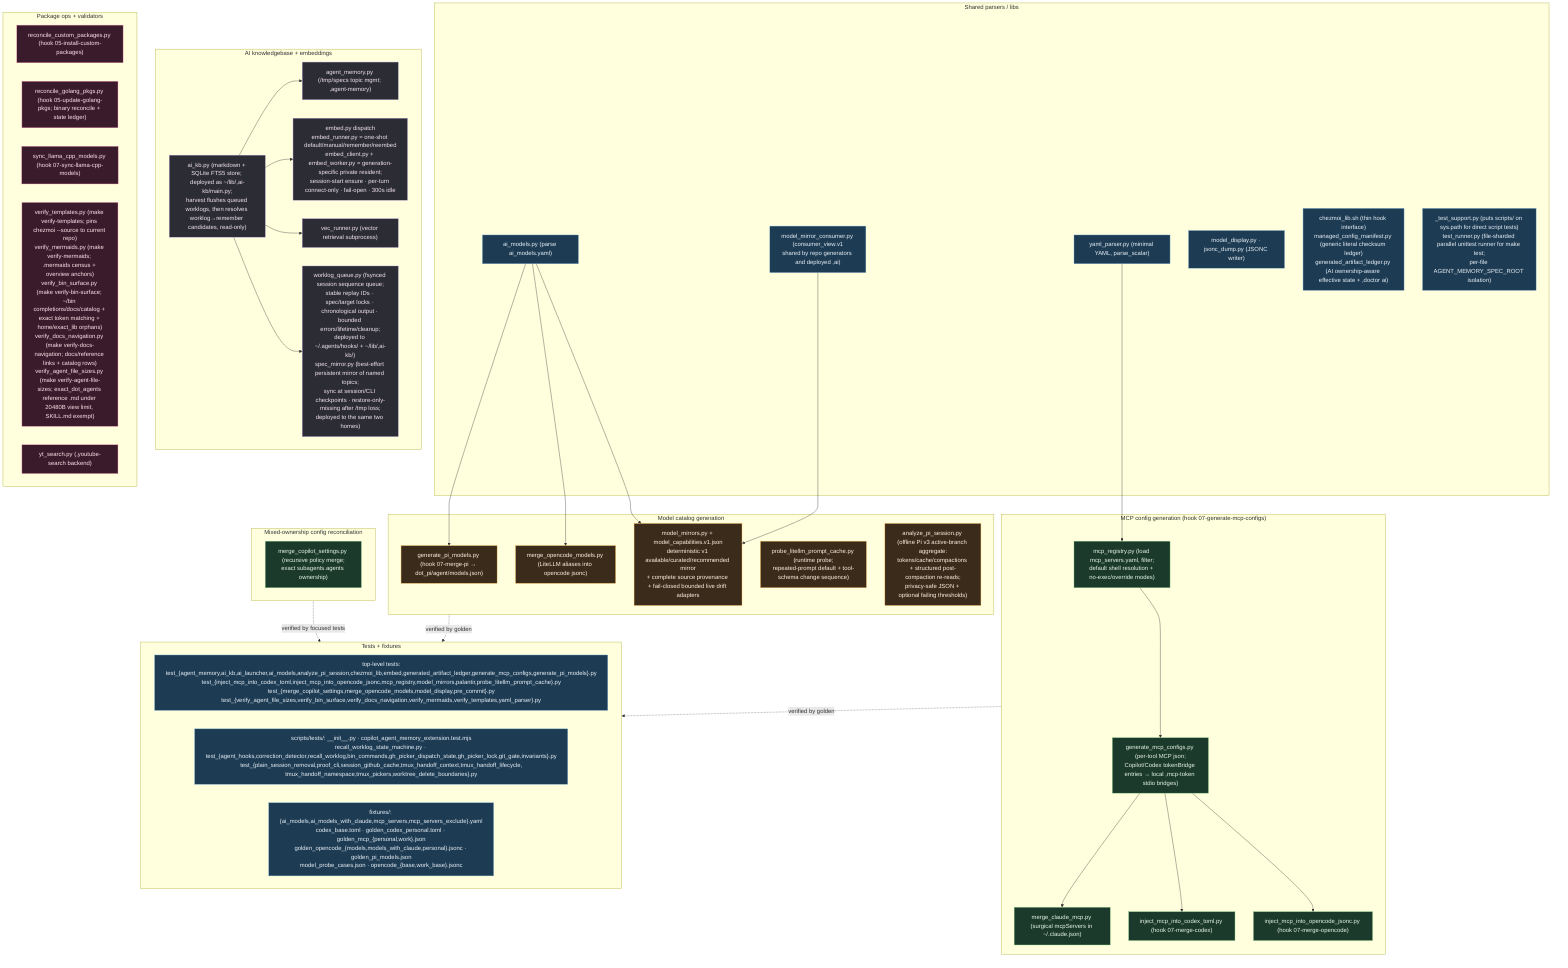
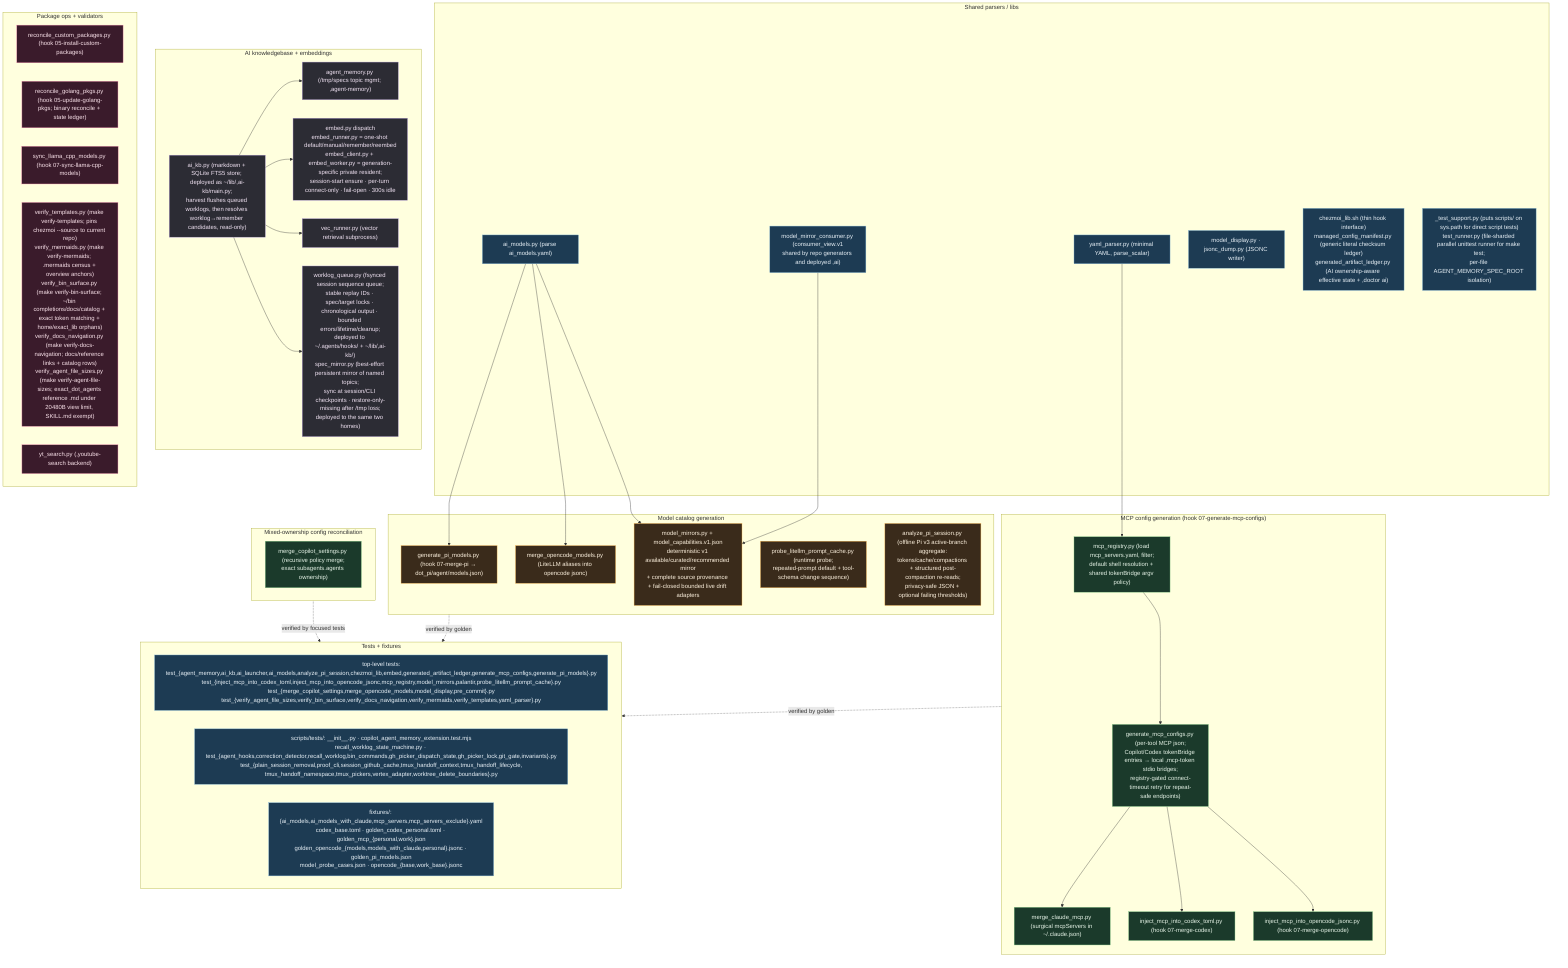
%% ============================================================================
- %% 11-scripts-helpers.mmd — Every file in scripts/ (100). Repo-side Python
+ %% 11-scripts-helpers.mmd — Every file in scripts/ (101). Repo-side Python
%% (stdlib only, no PyYAML) called by chezmoi 07-* hooks + ,bin commands.
%% Grouped by consumer. Shared parsers feed the generators/mergers.
%% ============================================================================
flowchart TB
    classDef shared fill:#1d3b53,stroke:#7fb3d5,color:#eaf2f8;
    classDef mcp fill:#1b3a2b,stroke:#81c784,color:#e8f5e9;
    classDef model fill:#3a2b1b,stroke:#ffb74d,color:#fff3e0;
    classDef ai fill:#2c2c34,stroke:#b39ddb,color:#f3e5f5;
    classDef misc fill:#3a1b2b,stroke:#f48fb1,color:#fce4ec;

    subgraph SHARED["Shared parsers / libs"]
        YP["yaml_parser.py (minimal YAML, parse_scalar)"]:::shared
        AM["ai_models.py (parse ai_models.yaml)"]:::shared
        MC["model_mirror_consumer.py (consumer_view.v1<br/>shared by repo generators and deployed ,ai)"]:::shared
        MD["model_display.py · jsonc_dump.py (JSONC writer)"]:::shared
        CL["chezmoi_lib.sh (thin hook interface)<br/>managed_config_manifest.py (generic literal checksum ledger)<br/>generated_artifact_ledger.py (AI ownership-aware effective state + ,doctor ai)"]:::shared
        TS["_test_support.py (puts scripts/ on sys.path for direct script tests)<br/>test_runner.py (file-sharded parallel unittest runner for make test;<br/>per-file AGENT_MEMORY_SPEC_ROOT isolation)"]:::shared
    end

    subgraph MCPGEN["MCP config generation (hook 07-generate-mcp-configs)"]
-         MR["mcp_registry.py (load mcp_servers.yaml, filter;<br/>default shell resolution + no-exec/override modes)"]:::mcp
-         GMC["generate_mcp_configs.py (per-tool MCP json;<br/>Copilot/Codex tokenBridge entries → local ,mcp-token stdio bridges)"]:::mcp
+         MR["mcp_registry.py (load mcp_servers.yaml, filter;<br/>default shell resolution + shared tokenBridge argv policy)"]:::mcp
+         GMC["generate_mcp_configs.py (per-tool MCP json;<br/>Copilot/Codex tokenBridge entries → local ,mcp-token stdio bridges;<br/>registry-gated connect-timeout retry for repeat-safe endpoints)"]:::mcp
        MCM["merge_claude_mcp.py (surgical mcpServers in ~/.claude.json)"]:::mcp
        ICT["inject_mcp_into_codex_toml.py (hook 07-merge-codex)"]:::mcp
        IOJ["inject_mcp_into_opencode_jsonc.py (hook 07-merge-opencode)"]:::mcp
    end
    YP --> MR --> GMC --> MCM & ICT & IOJ

    subgraph RECON["Mixed-ownership config reconciliation"]
        MCS["merge_copilot_settings.py (recursive policy merge;<br/>exact subagents.agents ownership)"]:::mcp
    end

    subgraph MODELGEN["Model catalog generation"]
        GPM["generate_pi_models.py (hook 07-merge-pi → dot_pi/agent/models.json)"]:::model
        MOM["merge_opencode_models.py (LiteLLM aliases into opencode jsonc)"]:::model
        MM["model_mirrors.py + model_capabilities.v1.json<br/>deterministic v1 available/curated/recommended mirror<br/>+ complete source provenance + fail-closed bounded live drift adapters"]:::model
        PLP["probe_litellm_prompt_cache.py (runtime probe;<br/>repeated-prompt default + tool-schema change sequence)"]:::model
        APS["analyze_pi_session.py (offline Pi v3 active-branch aggregate:<br/>tokens/cache/compactions + structured post-compaction re-reads;<br/>privacy-safe JSON + optional failing thresholds)"]:::model
    end
    AM --> GPM & MOM & MM
    MC --> MM

    subgraph AIKB["AI knowledgebase + embeddings"]
        KB["ai_kb.py (markdown + SQLite FTS5 store; deployed as ~/lib/,ai-kb/main.py;<br/>harvest flushes queued worklogs, then resolves worklog→remember candidates, read-only)"]:::ai
        WQ["worklog_queue.py (fsynced session sequence queue;<br/>stable replay IDs · spec/target locks · chronological output · bounded errors/lifetime/cleanup;<br/>deployed to ~/.agents/hooks/ + ~/lib/,ai-kb/)<br/>spec_mirror.py (best-effort persistent mirror of named topics;<br/>sync at session/CLI checkpoints · restore-only-missing after /tmp loss;<br/>deployed to the same two homes)"]:::ai
        EMB["embed.py dispatch<br/>embed_runner.py = one-shot default/manual/remember/reembed<br/>embed_client.py + embed_worker.py = generation-specific private resident;<br/>session-start ensure · per-turn connect-only · fail-open · 300s idle"]:::ai
        VEC["vec_runner.py (vector retrieval subprocess)"]:::ai
        AGM["agent_memory.py (/tmp/specs topic mgmt; ,agent-memory)"]:::ai
    end
    KB --> AGM & EMB & VEC & WQ

    subgraph ORCH["Package ops + validators"]
        RCP["reconcile_custom_packages.py (hook 05-install-custom-packages)"]:::misc
        RGP["reconcile_golang_pkgs.py (hook 05-update-golang-pkgs; binary reconcile + state ledger)"]:::misc
        SLC["sync_llama_cpp_models.py (hook 07-sync-llama-cpp-models)"]:::misc
        VT["verify_templates.py (make verify-templates; pins chezmoi --source to current repo)<br/>verify_mermaids.py (make verify-mermaids; .mermaids census + overview anchors)<br/>verify_bin_surface.py (make verify-bin-surface; ~/bin completions/docs/catalog + exact token matching + home/exact_lib orphans)<br/>verify_docs_navigation.py (make verify-docs-navigation; docs/reference links + catalog rows)<br/>verify_agent_file_sizes.py (make verify-agent-file-sizes; exact_dot_agents reference .md under 20480B view limit, SKILL.md exempt)"]:::misc
        YT["yt_search.py (,youtube-search backend)"]:::misc
    end

    subgraph TESTS["Tests + fixtures"]
        TT["top-level tests:<br/>test_{agent_memory,ai_kb,ai_launcher,ai_models,analyze_pi_session,chezmoi_lib,embed,generated_artifact_ledger,generate_mcp_configs,generate_pi_models}.py<br/>test_{inject_mcp_into_codex_toml,inject_mcp_into_opencode_jsonc,mcp_registry,model_mirrors,palantir,probe_litellm_prompt_cache}.py<br/>test_{merge_copilot_settings,merge_opencode_models,model_display,pre_commit}.py<br/>test_{verify_agent_file_sizes,verify_bin_surface,verify_docs_navigation,verify_mermaids,verify_templates,yaml_parser}.py"]:::shared
-         IT["scripts/tests/: __init__.py · copilot_agent_memory_extension.test.mjs<br/>recall_worklog_state_machine.py · test_{agent_hooks,correction_detector,recall_worklog,bin_commands,gh_picker_dispatch_state,gh_picker_lock,git_gate,invariants}.py<br/>test_{plain_session_removal,proof_cli,session_github_cache,tmux_handoff_context,tmux_handoff_lifecycle,<br/>tmux_handoff_namespace,tmux_pickers,worktree_delete_boundaries}.py"]:::shared
+         IT["scripts/tests/: __init__.py · copilot_agent_memory_extension.test.mjs<br/>recall_worklog_state_machine.py · test_{agent_hooks,correction_detector,recall_worklog,bin_commands,gh_picker_dispatch_state,gh_picker_lock,git_gate,invariants}.py<br/>test_{plain_session_removal,proof_cli,session_github_cache,tmux_handoff_context,tmux_handoff_lifecycle,<br/>tmux_handoff_namespace,tmux_pickers,vertex_adapter,worktree_delete_boundaries}.py"]:::shared
        FX["fixtures/: {ai_models,ai_models_with_claude,mcp_servers,mcp_servers_exclude}.yaml<br/>codex_base.toml · golden_codex_personal.toml · golden_mcp_{personal,work}.json<br/>golden_opencode_{models,models_with_claude,personal}.jsonc · golden_pi_models.json<br/>model_probe_cases.json · opencode_{base,work_base}.jsonc"]:::shared
    end
    MCPGEN -.verified by golden.-> TESTS
    RECON -.verified by focused tests.-> TESTS
    MODELGEN -.verified by golden.-> TESTS
